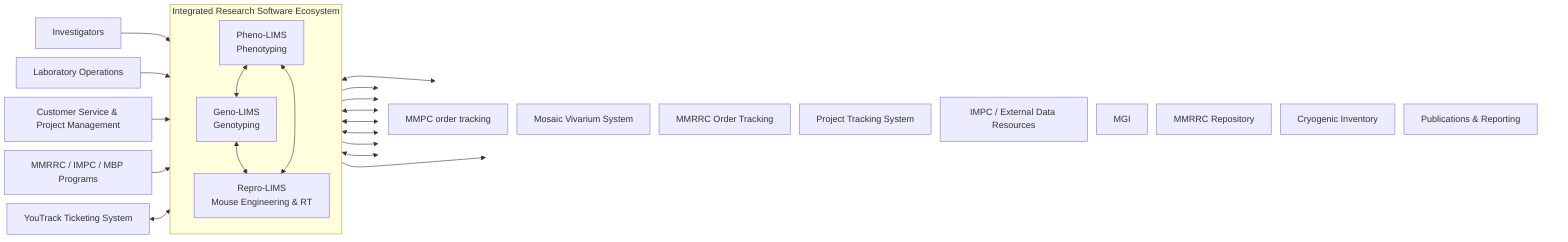
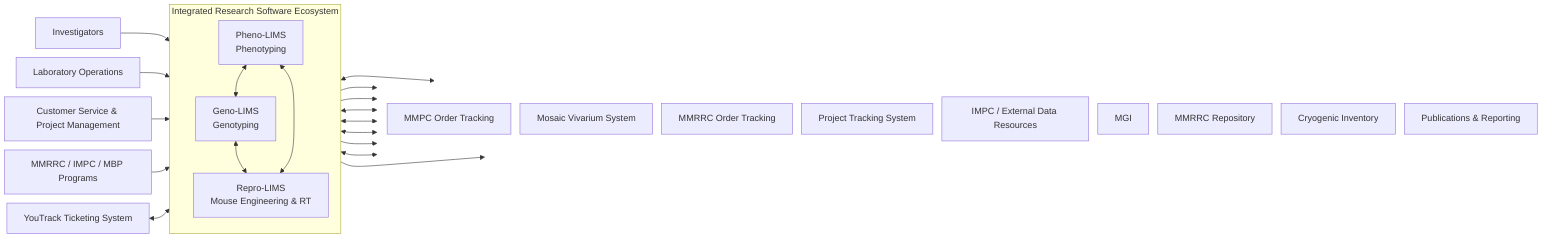

%%{init: {"flowchart": {"nodeSpacing": 16, "rankSpacing": 32}} }%%
flowchart LR

%% Users
    Investigators[Investigators]
    Operations[Laboratory Operations]
    CustomerService[Customer Service & Project Management]
    Consortium[MMRRC / IMPC / MBP Programs]
    YouTrack[YouTrack Ticketing System]

%% Core systems
    subgraph Core["Integrated Research Software Ecosystem"]
        direction TB
        Pheno[Pheno-LIMS\nPhenotyping]
        Geno[Geno-LIMS\nGenotyping]
        Repro[Repro-LIMS\nMouse Engineering & RT]
    end

%% External systems
    subgraph External[" "]
        direction TB
-         MMPCOrders[MMPC order tracking]
+         MMPCOrders[MMPC Order Tracking]
        Mosaic[Mosaic Vivarium System]
        OTS[MMRRC Order Tracking]
        PTS[Project Tracking System]
        DCC[IMPC / External Data Resources]
        MGI[MGI]
        MMRRCRepository[MMRRC Repository]
        Cryo[Cryogenic Inventory]
        Publications[Publications & Reporting]
    end

%% User interactions
    Investigators --> Core
    Operations --> Core
    CustomerService --> Core
    Consortium --> Core
    YouTrack <--> Core

%% Internal interactions
    Pheno <--> Geno
    Geno <--> Repro
    Repro <--> Pheno

%% External integrations
    Core <--> MMPCOrders
    Core <--> Mosaic
    Core <--> OTS
    Core --> PTS
    Core <--> DCC
    Repro <---> MGI
    Repro --> MMRRCRepository
    Repro --> Cryo
    Core --> Publications

    style External fill:none,stroke:none
